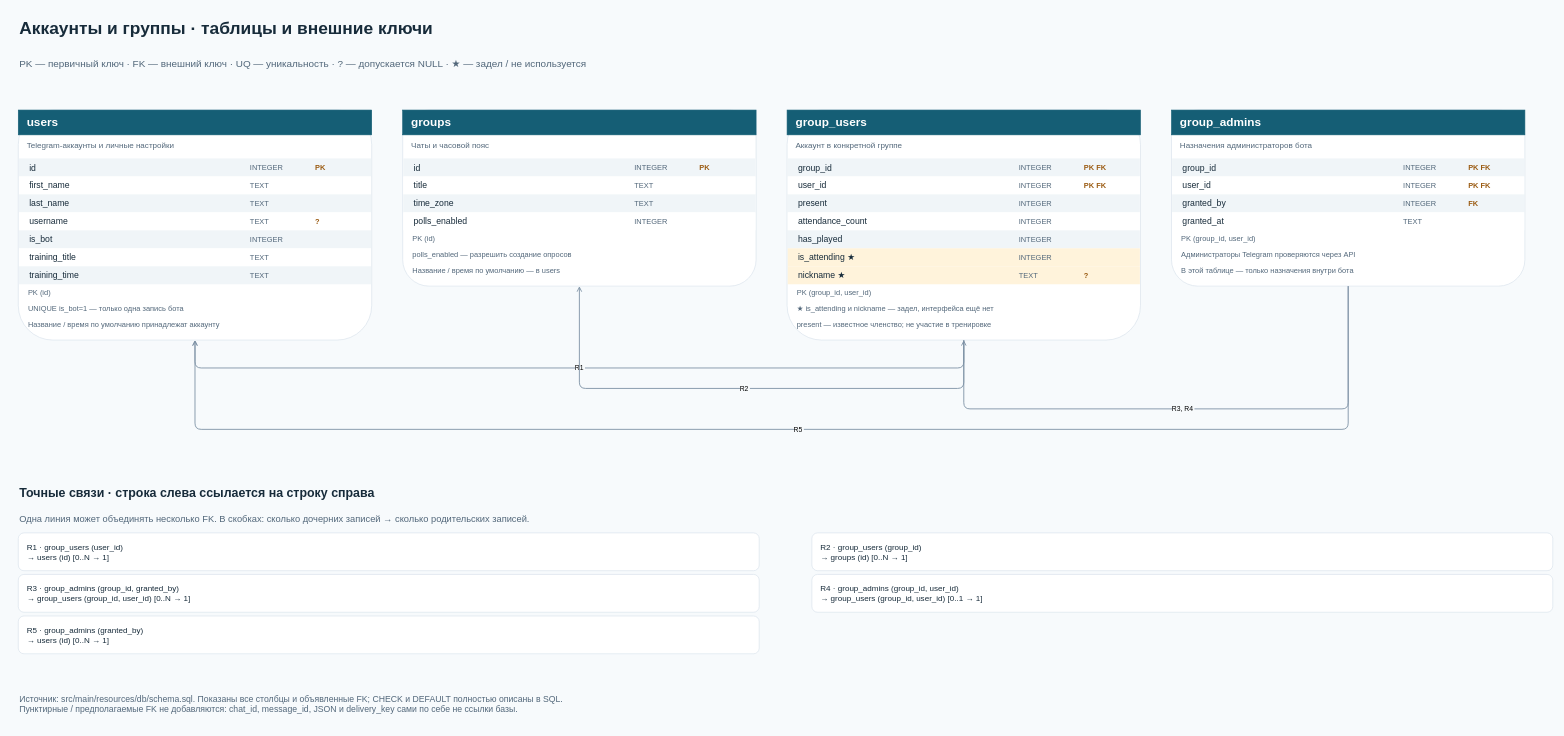
Earlier version of the draw.io diagram page "02 · Аккаунты и группы" (2 of 6) of docs/diagrams/DATABASE_ERD.drawio (Romamor/tennis-split-bot). Source tidied: cells renumbered, new cells numbered last; positions are measured from the earlier drawing's top-left corner, leaving out a move shared by most shapes. Both pictures are drawn from the tidied source at 62%, with x=0, y=0 at pixel (11, 11).
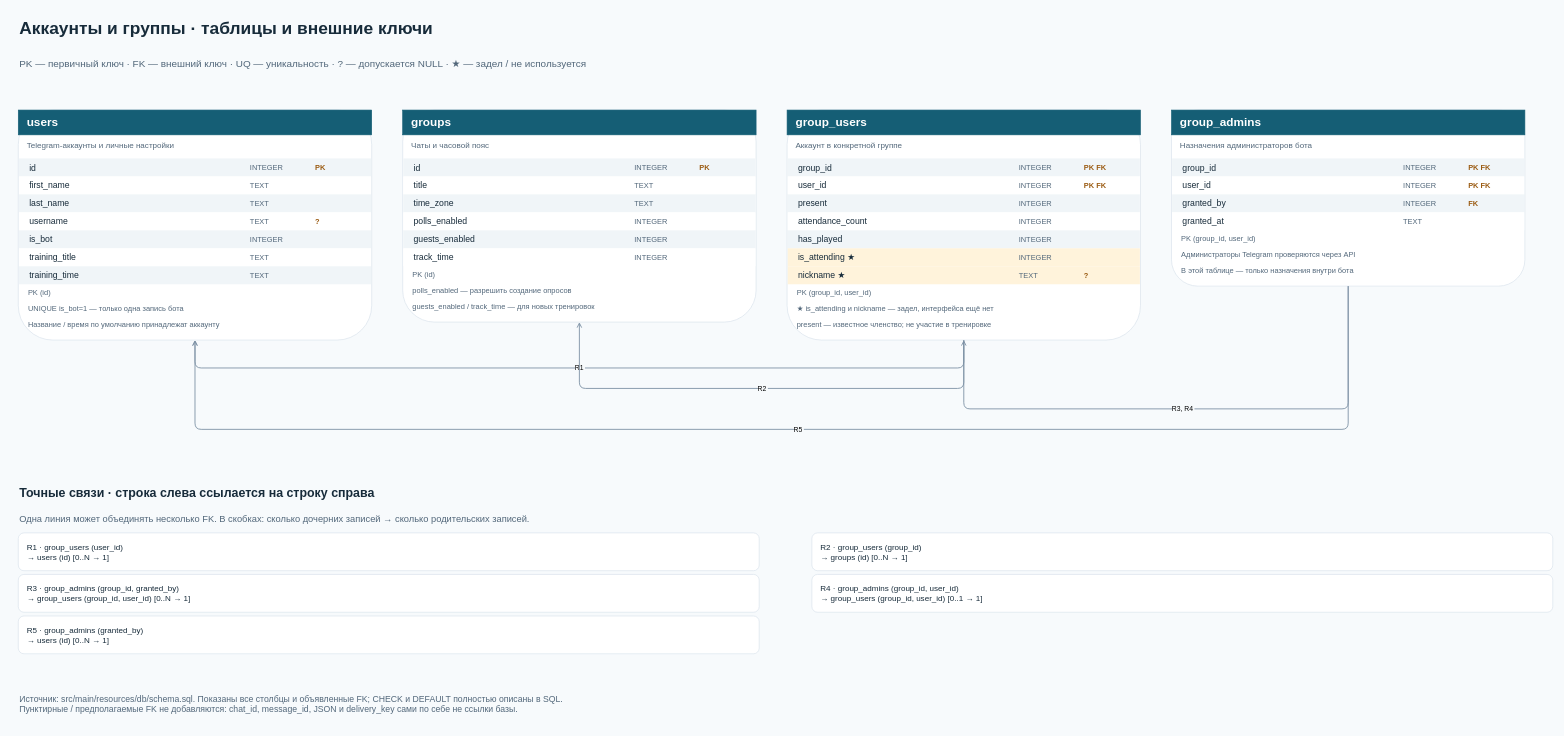
After the change.

The edit, as a diff of the source:
```diff
@@
     <mxCell id="38" style="rounded=1;whiteSpace=wrap;html=0;fillColor=#ffffff;strokeColor=#d7e1ea;fontColor=#172b3a;fontSize=14;fontFamily=Arial;align=left;verticalAlign=middle;spacingLeft=12;spacingRight=10;" parent="1" vertex="1">
-      <mxGeometry x="632" y="160" width="570" height="284" as="geometry" />
+      <mxGeometry x="632" y="160" width="570" height="342" as="geometry" />
     </mxCell>
@@
+    <mxCell id="128" style="rounded=0;whiteSpace=wrap;html=0;fillColor=#f0f5f8;strokeColor=none;fontColor=#172b3a;fontSize=14;fontFamily=Arial;align=left;verticalAlign=middle;spacingLeft=12;spacingRight=10;" parent="38" vertex="1">
+      <mxGeometry x="1" y="194" width="568" height="29" as="geometry" />
+    </mxCell>
+    <mxCell id="129" value="guests_enabled" style="rounded=0;whiteSpace=wrap;html=0;fillColor=none;strokeColor=none;fontColor=#172b3a;fontSize=14;fontFamily=Arial;align=left;verticalAlign=middle;spacingLeft=12;spacingRight=10;" parent="38" vertex="1">
+      <mxGeometry x="4" y="194" width="260" height="29" as="geometry" />
+    </mxCell>
+    <mxCell id="130" value="INTEGER" style="rounded=0;whiteSpace=wrap;html=0;fillColor=none;strokeColor=none;fontColor=#52677a;fontSize=12;fontFamily=Arial;align=left;verticalAlign=middle;spacingLeft=12;spacingRight=10;" parent="38" vertex="1">
+      <mxGeometry x="360" y="194" width="95" height="29" as="geometry" />
+    </mxCell>
+    <mxCell id="131" style="rounded=0;whiteSpace=wrap;html=0;fillColor=none;strokeColor=none;fontColor=#9a5b12;fontSize=12;fontFamily=Arial;align=left;verticalAlign=middle;spacingLeft=12;spacingRight=10;fontStyle=1;" parent="38" vertex="1">
+      <mxGeometry x="465" y="194" width="100" height="29" as="geometry" />
+    </mxCell>
+    <mxCell id="132" style="rounded=0;whiteSpace=wrap;html=0;fillColor=#ffffff;strokeColor=none;fontColor=#172b3a;fontSize=14;fontFamily=Arial;align=left;verticalAlign=middle;spacingLeft=12;spacingRight=10;" parent="38" vertex="1">
+      <mxGeometry x="1" y="223" width="568" height="29" as="geometry" />
+    </mxCell>
+    <mxCell id="133" value="track_time" style="rounded=0;whiteSpace=wrap;html=0;fillColor=none;strokeColor=none;fontColor=#172b3a;fontSize=14;fontFamily=Arial;align=left;verticalAlign=middle;spacingLeft=12;spacingRight=10;" parent="38" vertex="1">
+      <mxGeometry x="4" y="223" width="260" height="29" as="geometry" />
+    </mxCell>
+    <mxCell id="134" value="INTEGER" style="rounded=0;whiteSpace=wrap;html=0;fillColor=none;strokeColor=none;fontColor=#52677a;fontSize=12;fontFamily=Arial;align=left;verticalAlign=middle;spacingLeft=12;spacingRight=10;" parent="38" vertex="1">
+      <mxGeometry x="360" y="223" width="95" height="29" as="geometry" />
+    </mxCell>
+    <mxCell id="135" style="rounded=0;whiteSpace=wrap;html=0;fillColor=none;strokeColor=none;fontColor=#9a5b12;fontSize=12;fontFamily=Arial;align=left;verticalAlign=middle;spacingLeft=12;spacingRight=10;fontStyle=1;" parent="38" vertex="1">
+      <mxGeometry x="465" y="223" width="100" height="29" as="geometry" />
+    </mxCell>
     <mxCell id="57" value="PK (id)" style="rounded=0;whiteSpace=wrap;html=0;fillColor=none;strokeColor=none;fontColor=#52677a;fontSize=12;fontFamily=Arial;align=left;verticalAlign=middle;spacingLeft=12;spacingRight=10;" parent="38" vertex="1">
-      <mxGeometry x="2" y="194" width="566" height="26" as="geometry" />
+      <mxGeometry x="2" y="252" width="566" height="26" as="geometry" />
     </mxCell>
     <mxCell id="58" value="polls_enabled — разрешить создание опросов" style="rounded=0;whiteSpace=wrap;html=0;fillColor=none;strokeColor=none;fontColor=#52677a;fontSize=12;fontFamily=Arial;align=left;verticalAlign=middle;spacingLeft=12;spacingRight=10;" parent="38" vertex="1">
-      <mxGeometry x="2" y="220" width="566" height="26" as="geometry" />
+      <mxGeometry x="2" y="278" width="566" height="26" as="geometry" />
     </mxCell>
-    <mxCell id="59" value="Название / время по умолчанию — в users" style="rounded=0;whiteSpace=wrap;html=0;fillColor=none;strokeColor=none;fontColor=#52677a;fontSize=12;fontFamily=Arial;align=left;verticalAlign=middle;spacingLeft=12;spacingRight=10;" parent="38" vertex="1">
-      <mxGeometry x="2" y="246" width="566" height="26" as="geometry" />
+    <mxCell id="59" value="guests_enabled / track_time — для новых тренировок" style="rounded=0;whiteSpace=wrap;html=0;fillColor=none;strokeColor=none;fontColor=#52677a;fontSize=12;fontFamily=Arial;align=left;verticalAlign=middle;spacingLeft=12;spacingRight=10;" parent="38" vertex="1">
+      <mxGeometry x="2" y="304" width="566" height="26" as="geometry" />
     </mxCell>
```
